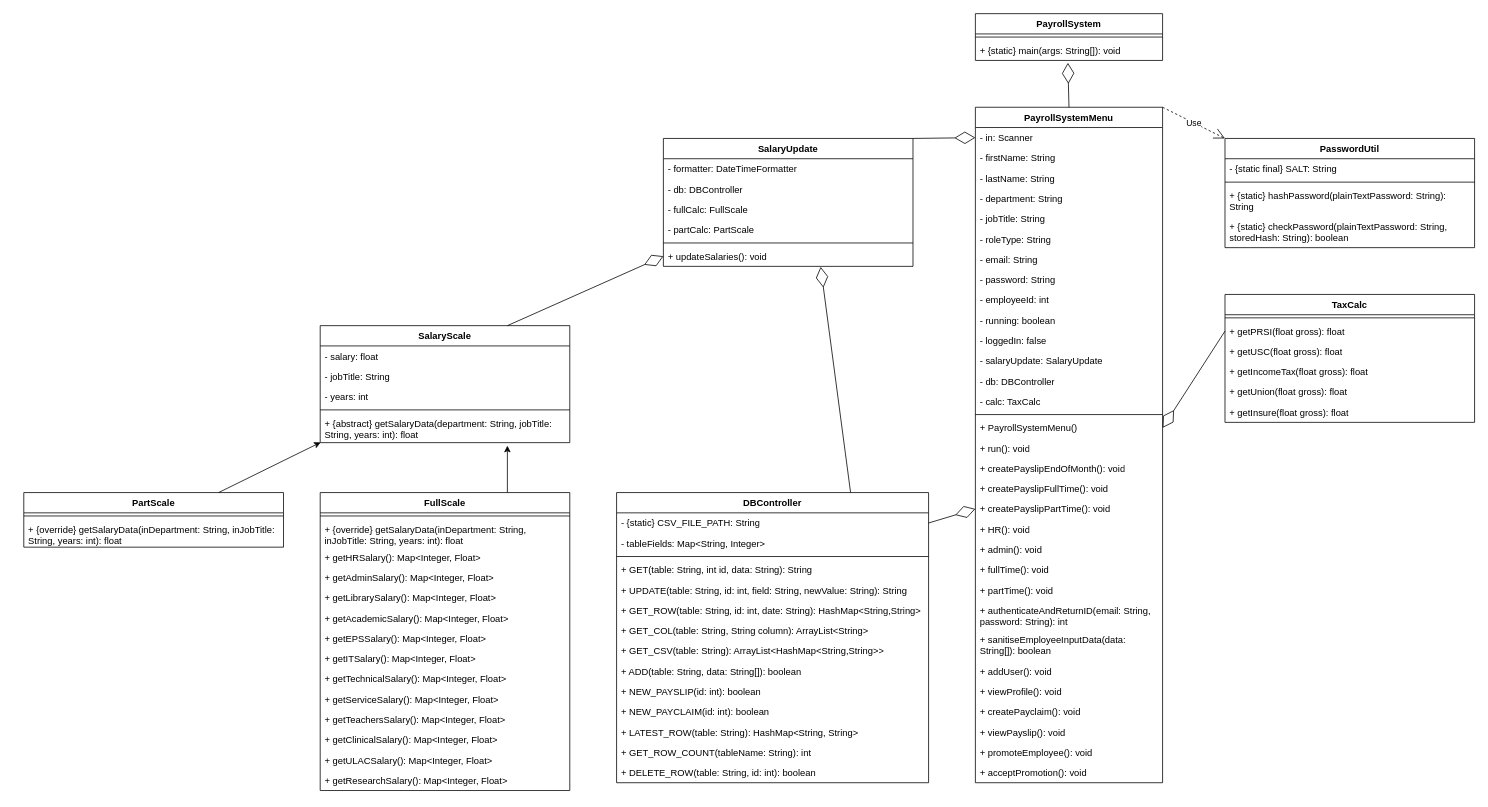
kourousis/payroll-cs4013-project keeps this draw.io diagram as cs4013_uml_extra.drawio. Above is the earlier version. Source tidied: cells renumbered, new cells numbered last; positions are measured from the earlier drawing's top-left corner, leaving out a move shared by most shapes. Both pictures are drawn from the tidied source at 78%, with x=0, y=0 at pixel (23, 13).
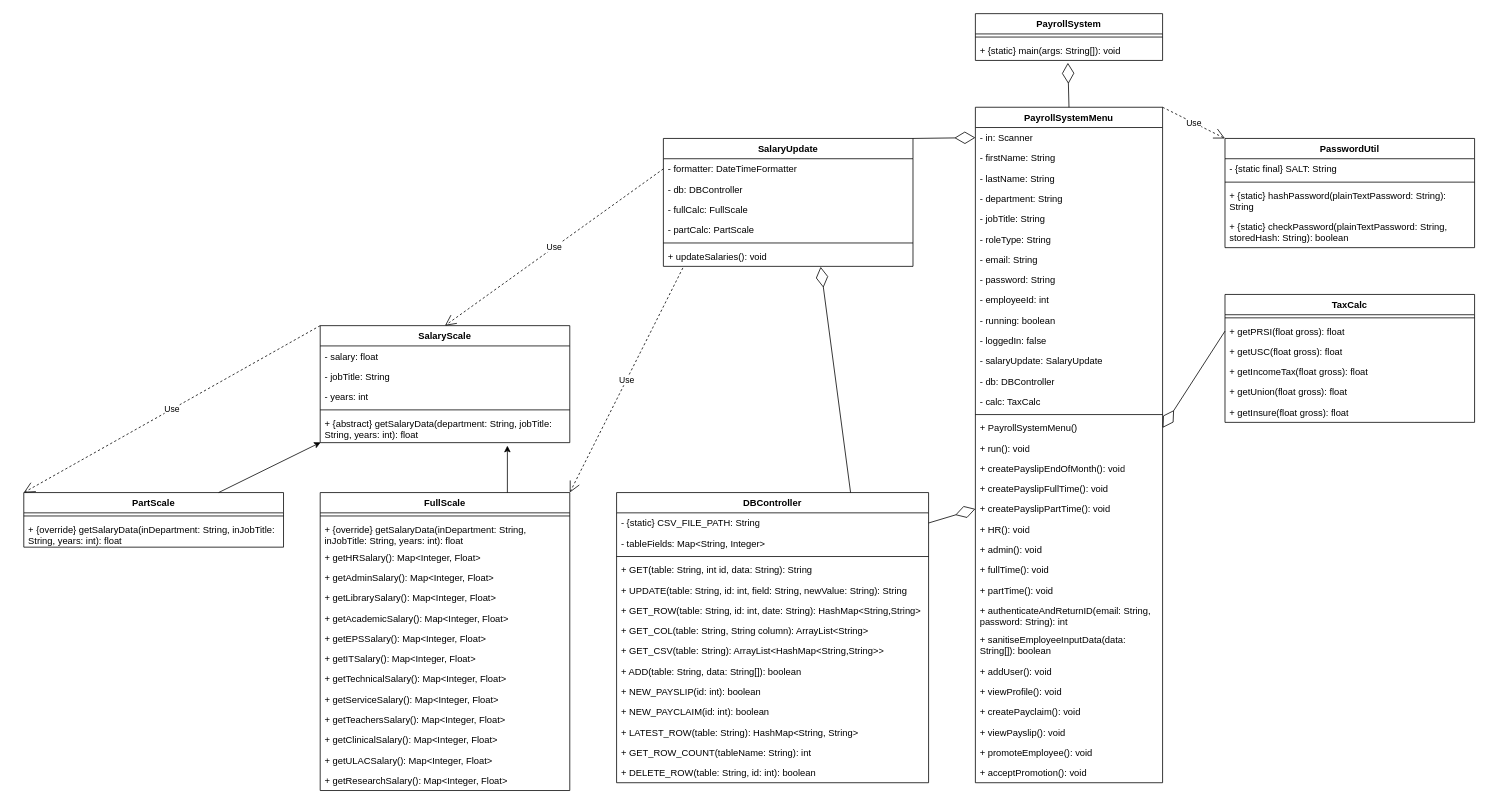
Above is the later version.

Commit message (it also covers changes not shown here):
fixed uml diagrams

The change refers to these unchanged cells:
```xml
<mxCell id="59" value="- formatter: DateTimeFormatter" style="text;strokeColor=none;fillColor=none;align=left;verticalAlign=top;spacingLeft=4;spacingRight=4;overflow=hidden;points=[[0,0.5],[1,0.5]];portConstraint=eastwest;whiteSpace=wrap;html=1;" parent="58" vertex="1">
  <mxGeometry y="26" width="320" height="26" as="geometry" />
</mxCell>
<mxCell id="64" value="+ updateSalaries(): void" style="text;strokeColor=none;fillColor=none;align=left;verticalAlign=top;spacingLeft=4;spacingRight=4;overflow=hidden;points=[[0,0.5],[1,0.5]];portConstraint=eastwest;whiteSpace=wrap;html=1;" parent="58" vertex="1">
  <mxGeometry y="138" width="320" height="26" as="geometry" />
</mxCell>
<mxCell id="72" value="FullScale" style="swimlane;fontStyle=1;align=center;verticalAlign=top;horizontal=1;startSize=26;whiteSpace=wrap;html=1;" parent="1" vertex="1">
  <mxGeometry x="380" y="614" width="320" height="382" as="geometry" />
</mxCell>
<mxCell id="87" value="PartScale" style="swimlane;fontStyle=1;align=center;verticalAlign=top;horizontal=1;startSize=26;whiteSpace=wrap;html=1;" parent="1" vertex="1">
  <mxGeometry y="614" width="333" height="70" as="geometry" />
</mxCell>
<mxCell id="90" value="SalaryScale" style="swimlane;fontStyle=1;align=center;verticalAlign=top;horizontal=1;startSize=26;whiteSpace=wrap;html=1;" parent="1" vertex="1">
  <mxGeometry x="380" y="400" width="320" height="150" as="geometry" />
</mxCell>
```

Change to the diagram source:
```diff
@@
-    <mxCell id="101" style="endArrow=diamondThin;endFill=0;endSize=24;html=1;rounded=0;entryX=0;entryY=0.5;entryDx=0;entryDy=0;exitX=0.75;exitY=0;exitDx=0;exitDy=0;" parent="1" edge="1" source="90" target="64">
-      <mxGeometry relative="1" as="geometry" />
-    </mxCell>
@@
+    <mxCell id="105" value="Use" style="endArrow=open;endSize=12;dashed=1;html=1;entryX=0;entryY=0;entryDx=0;entryDy=0;exitX=0;exitY=0;exitDx=0;exitDy=0;" parent="1" edge="1" source="90" target="87">
+      <mxGeometry relative="1" as="geometry" />
+    </mxCell>
+    <mxCell id="106" value="Use" style="endArrow=open;endSize=12;dashed=1;html=1;entryX=1;entryY=0;entryDx=0;entryDy=0;exitX=0.078;exitY=1.077;exitDx=0;exitDy=0;exitPerimeter=0;" parent="1" edge="1" source="64" target="72">
+      <mxGeometry relative="1" as="geometry" />
+    </mxCell>
+    <mxCell id="107" value="Use" style="endArrow=open;endSize=12;dashed=1;html=1;entryX=0.5;entryY=0;entryDx=0;entryDy=0;exitX=0;exitY=0.5;exitDx=0;exitDy=0;" parent="1" edge="1" source="59" target="90">
+      <mxGeometry relative="1" as="geometry" />
+    </mxCell>
```
